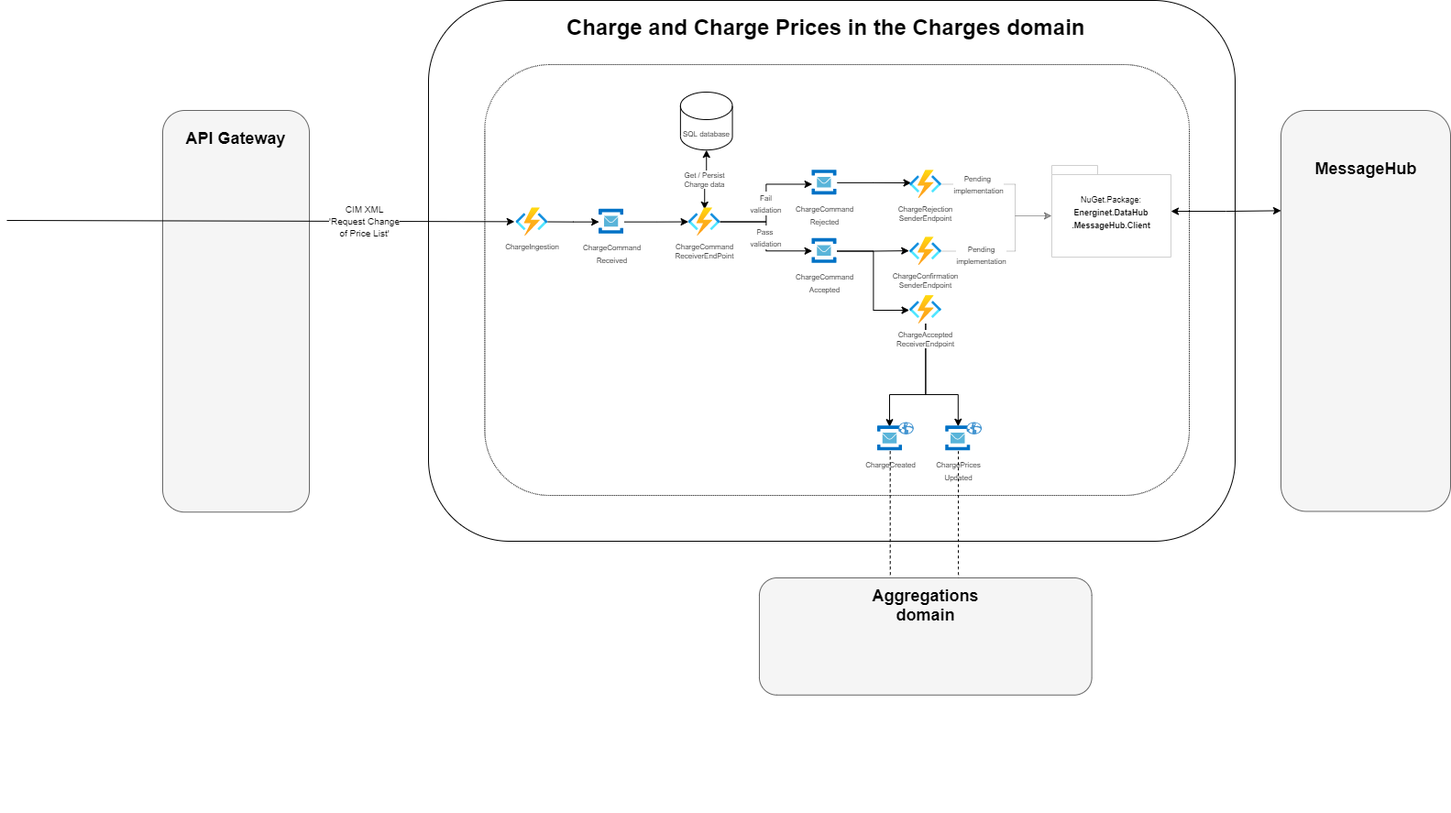
Earlier version of the draw.io export ARCHITECTURE-ChargeAndChargePrices.png (Energinet-DataHub/ARCHIVED-geh-charges). Source tidied: cells renumbered, new cells last; positions are measured from the earlier drawing's top-left corner, leaving out a move shared by most shapes.
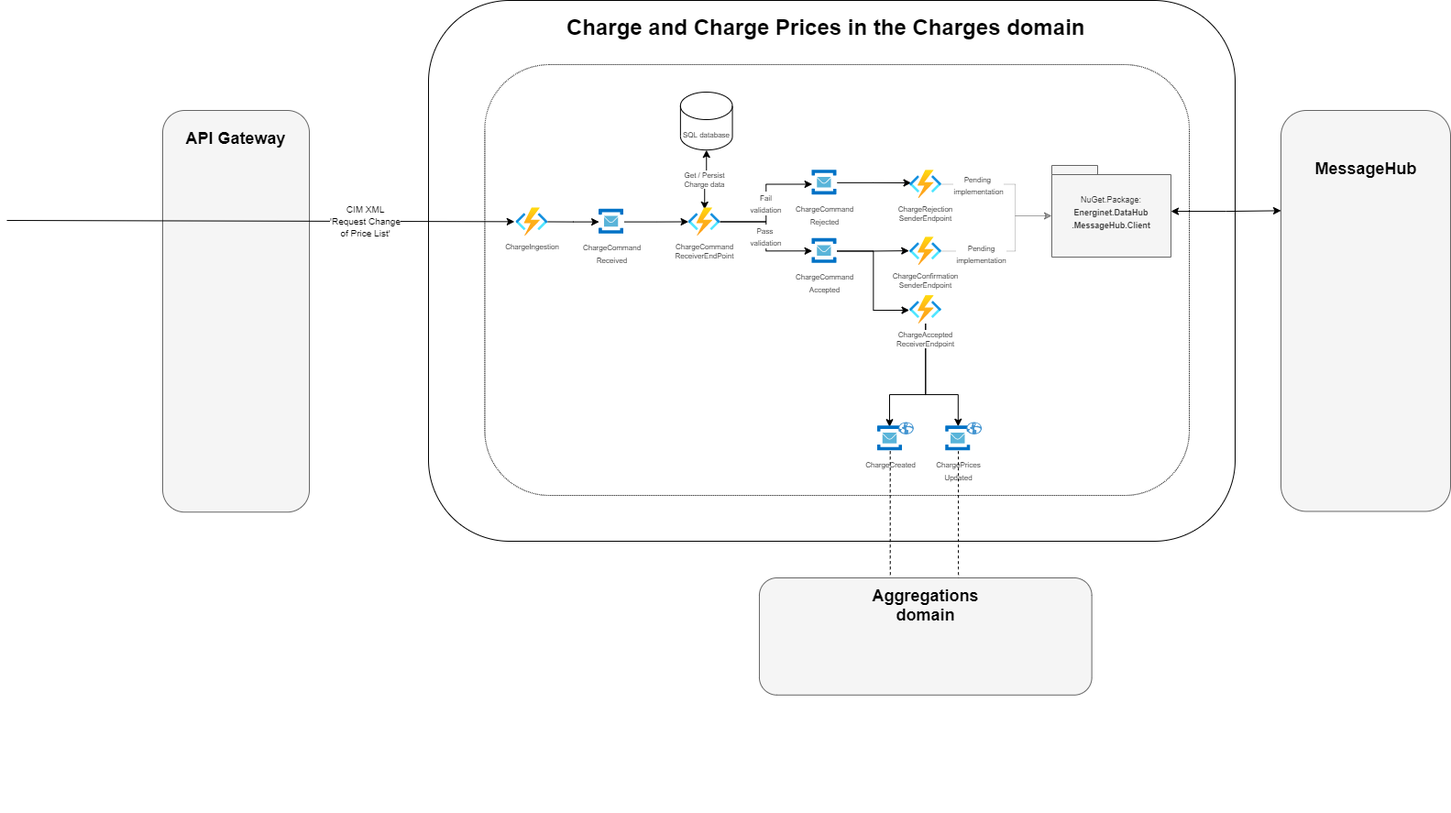
Above is the later version.

Commit message:
Changed color of nuget package used in charges domain

Diff of the diagram source:
```diff
@@ -99,7 +99,7 @@
     <mxCell id="30" style="shadow=0;dashed=0;html=1;strokeColor=none;fillColor=#4495D1;labelPosition=center;verticalLabelPosition=bottom;verticalAlign=top;align=center;shape=mxgraph.veeam.globe;" parent="28" vertex="1">
       <mxGeometry x="22.7" width="16.8" height="13.5" as="geometry" />
     </mxCell>
-    <mxCell id="31" value="&lt;font style=&quot;font-size: 9px&quot;&gt;NuGet.Package:&lt;br&gt;&lt;b&gt;Energinet.DataHub&lt;br&gt;.MessageHub.Client&lt;/b&gt;&lt;/font&gt;" style="shape=folder;tabWidth=50;tabHeight=10;tabPosition=left;strokeWidth=1;html=1;whiteSpace=wrap;align=center;strokeColor=#CFCFCF;" parent="2" vertex="1">
+    <mxCell id="31" value="&lt;font style=&quot;font-size: 9px&quot;&gt;NuGet.Package:&lt;br&gt;&lt;b&gt;Energinet.DataHub&lt;br&gt;.MessageHub.Client&lt;/b&gt;&lt;/font&gt;" style="shape=folder;tabWidth=50;tabHeight=10;tabPosition=left;strokeWidth=1;html=1;whiteSpace=wrap;align=center;strokeColor=#666666;fillColor=#f5f5f5;fontColor=#333333;" parent="2" vertex="1">
       <mxGeometry x="700" y="180" width="130" height="100" as="geometry" />
     </mxCell>
     <mxCell id="32" value="&lt;span style=&quot;color: rgb(0 , 0 , 0) ; font-family: &amp;#34;helvetica&amp;#34; ; font-size: 8px ; font-style: normal ; font-weight: 400 ; letter-spacing: normal ; text-align: center ; text-indent: 0px ; text-transform: none ; word-spacing: 0px ; background-color: rgb(255 , 255 , 255) ; display: inline ; float: none&quot;&gt;Pending&lt;/span&gt;&lt;br style=&quot;color: rgb(0 , 0 , 0) ; font-family: &amp;#34;helvetica&amp;#34; ; font-size: 8px ; font-style: normal ; font-weight: 400 ; letter-spacing: normal ; text-align: center ; text-indent: 0px ; text-transform: none ; word-spacing: 0px ; background-color: rgb(255 , 255 , 255)&quot;&gt;&lt;span style=&quot;color: rgb(0 , 0 , 0) ; font-family: &amp;#34;helvetica&amp;#34; ; font-size: 8px ; font-style: normal ; font-weight: 400 ; letter-spacing: normal ; text-align: center ; text-indent: 0px ; text-transform: none ; word-spacing: 0px ; background-color: rgb(255 , 255 , 255) ; display: inline ; float: none&quot;&gt;implementation&lt;/span&gt;" style="edgeStyle=orthogonalEdgeStyle;rounded=0;jettySize=auto;html=1;fillColor=#f5f5f5;strokeColor=#000000;opacity=20;entryX=0;entryY=0;entryDx=0;entryDy=55;entryPerimeter=0;" parent="2" edge="1" source="19" target="31">
```
